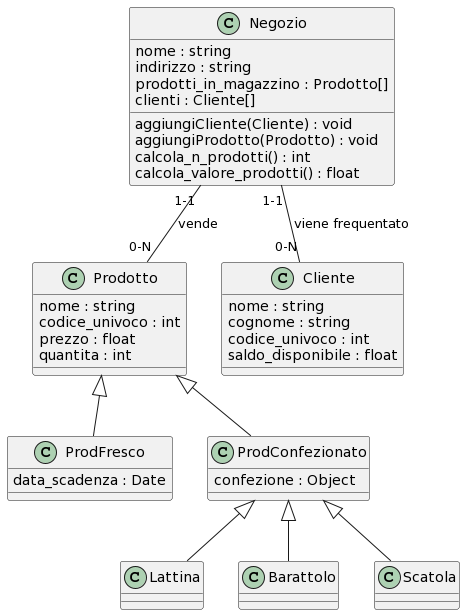
Earlier version of the PlantUML export negozio_di_alimentari_gruppo_3_UML.png (LucianoFrancaa/negozio_di_alimentari_gruppo_3). Source of this version:
```plantuml
@startuml
class Negozio{
nome : string
indirizzo : string
prodotti_in_magazzino : Prodotto[]
clienti : Cliente[]
aggiungiCliente(Cliente) : void
aggiungiProdotto(Prodotto) : void
calcola_n_prodotti() : int
calcola_valore_prodotti() : float
}

class Prodotto{
nome : string
codice_univoco : int
prezzo : float
quantita : int
}

class Cliente{
nome : string
cognome : string
codice_univoco : int
saldo_disponibile : float
}

class ProdFresco{
data_scadenza : Date
}

class ProdConfezionato{
confezione : Object
}

class Lattina{
}

class Barattolo{
}

class Scatola{
}

Negozio "1-1"--"0-N" Cliente : viene frequentato
Negozio "1-1"--"0-N" Prodotto : vende
Prodotto <|-- ProdFresco
Prodotto <|-- ProdConfezionato
ProdConfezionato <|-- Barattolo
ProdConfezionato <|-- Scatola
ProdConfezionato <|-- Lattina
@enduml
```
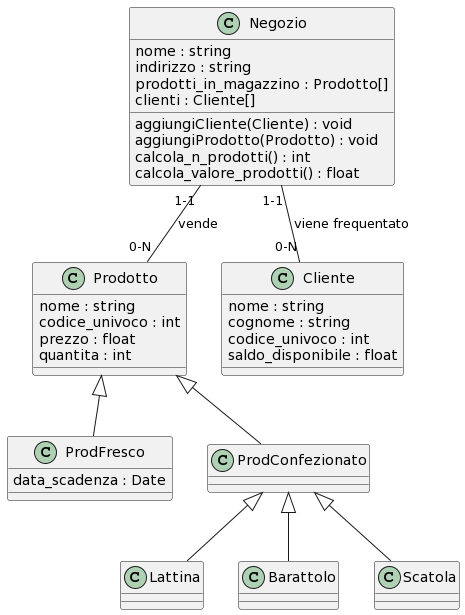
The same file after the commit.

Change to the diagram source:
```diff
@@ -29,7 +29,6 @@
 }
 
 class ProdConfezionato{
-confezione : Object
 }
 
 class Lattina{
```
